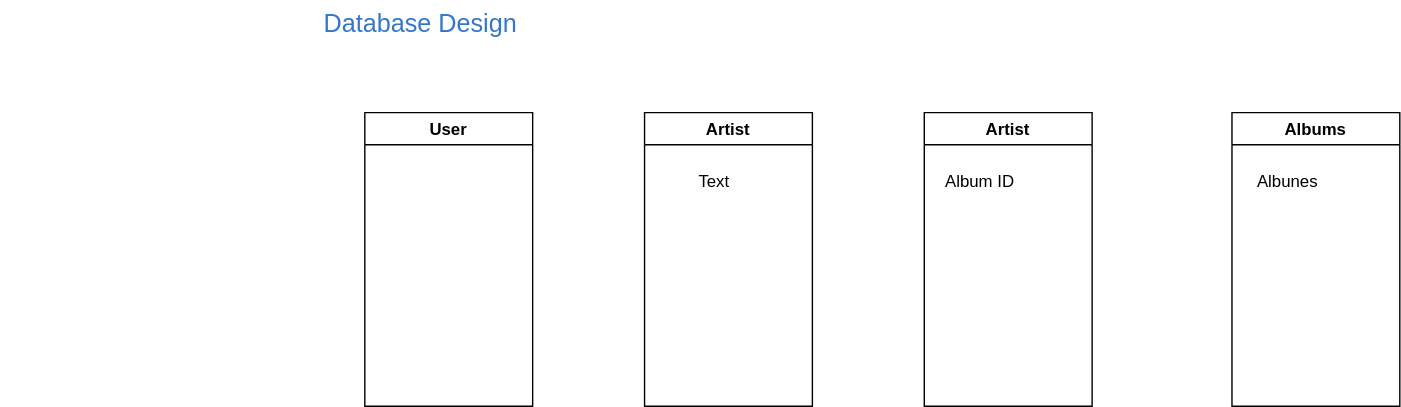
FernandoFH/Spotify-clone keeps this draw.io diagram as DESING.drawio.svg. Above is the earlier version. Source tidied: cells renumbered, new cells last; positions are measured from the earlier drawing's top-left corner, leaving out a move shared by most shapes.
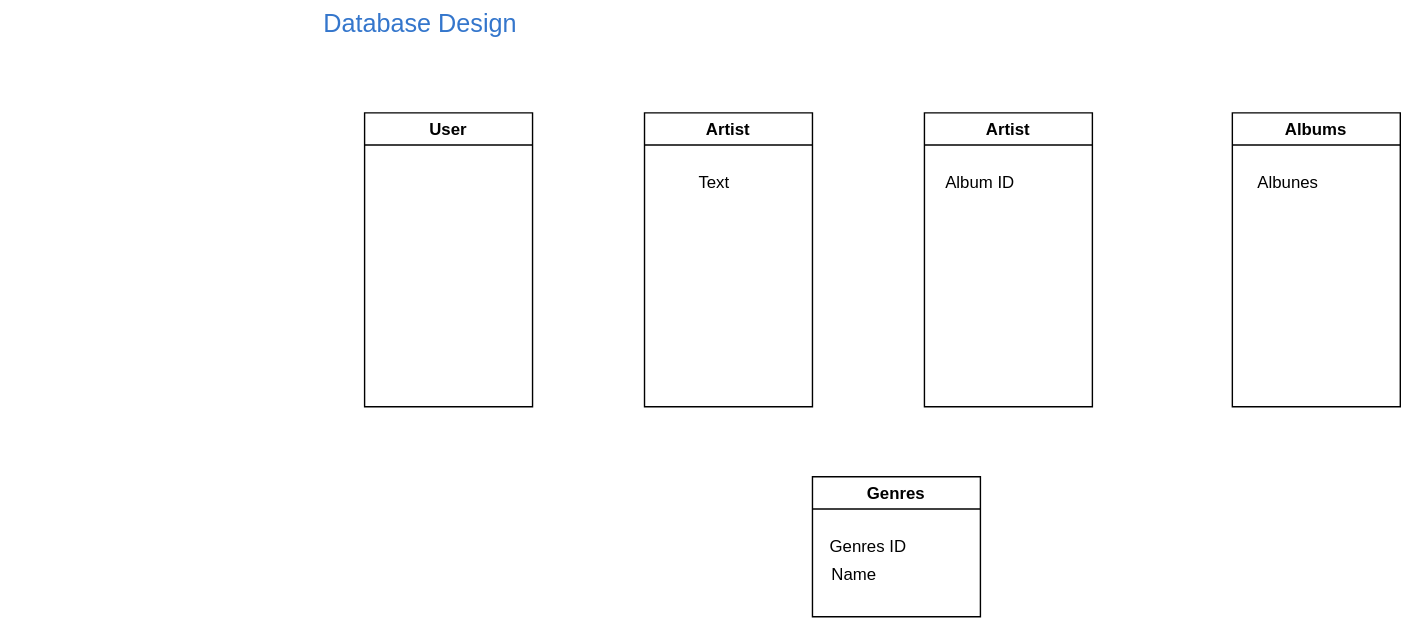
After the commit.

Change to the diagram source:
```diff
@@ -26,5 +26,14 @@
     <mxCell id="9" value="Albunes" style="text;html=1;strokeColor=none;fillColor=none;align=center;verticalAlign=middle;whiteSpace=wrap;rounded=0;" parent="8" vertex="1">
       <mxGeometry y="40" width="80" height="20" as="geometry" />
     </mxCell>
+    <mxCell id="10" value="Genres" style="swimlane;" parent="1" vertex="1">
+      <mxGeometry x="360" y="340" width="120" height="100" as="geometry" />
+    </mxCell>
+    <mxCell id="11" value="Genres ID" style="text;html=1;strokeColor=none;fillColor=none;align=center;verticalAlign=middle;whiteSpace=wrap;rounded=0;" parent="10" vertex="1">
+      <mxGeometry y="40" width="80" height="20" as="geometry" />
+    </mxCell>
+    <mxCell id="12" value="Name" style="text;html=1;strokeColor=none;fillColor=none;align=center;verticalAlign=middle;whiteSpace=wrap;rounded=0;" parent="10" vertex="1">
+      <mxGeometry x="-10" y="60" width="80" height="20" as="geometry" />
+    </mxCell>
   </root>
 </mxGraphModel>
```
